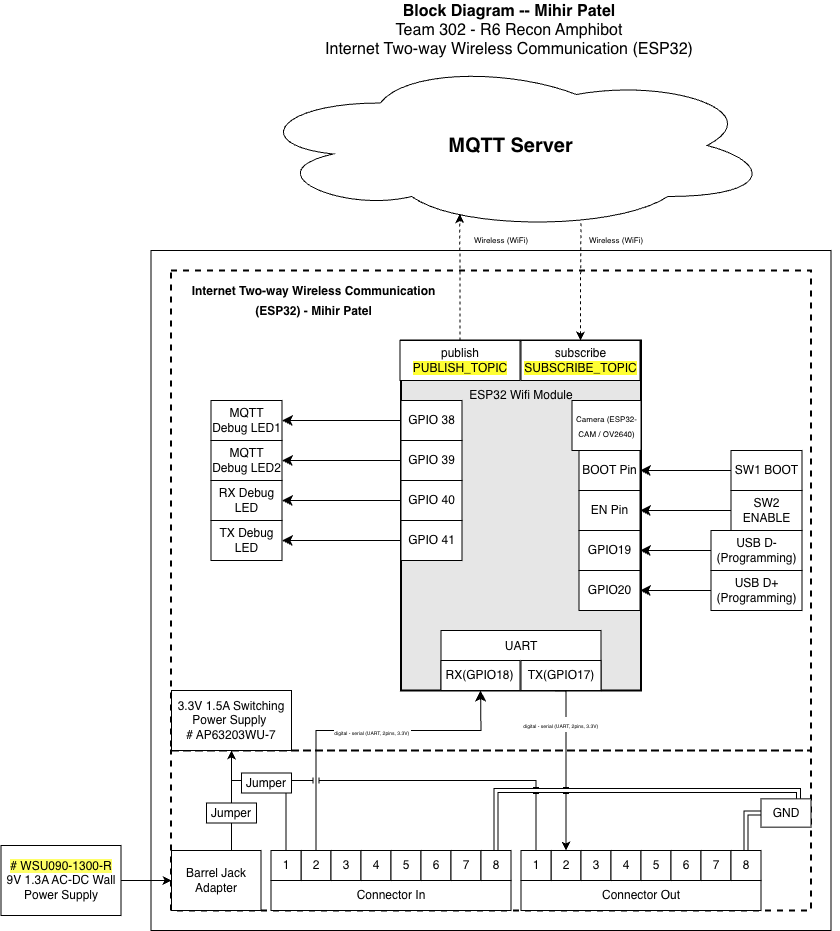
Earlier version of the draw.io export docs/02-Block-Diagram/EGR314_team302_blockdiagram_Mihir.drawio.png (Mihir-Patel-64/Mihir-Patel-64.github.io). Source tidied: cells renumbered, new cells last; positions are measured from the earlier drawing's top-left corner, leaving out a move shared by most shapes.
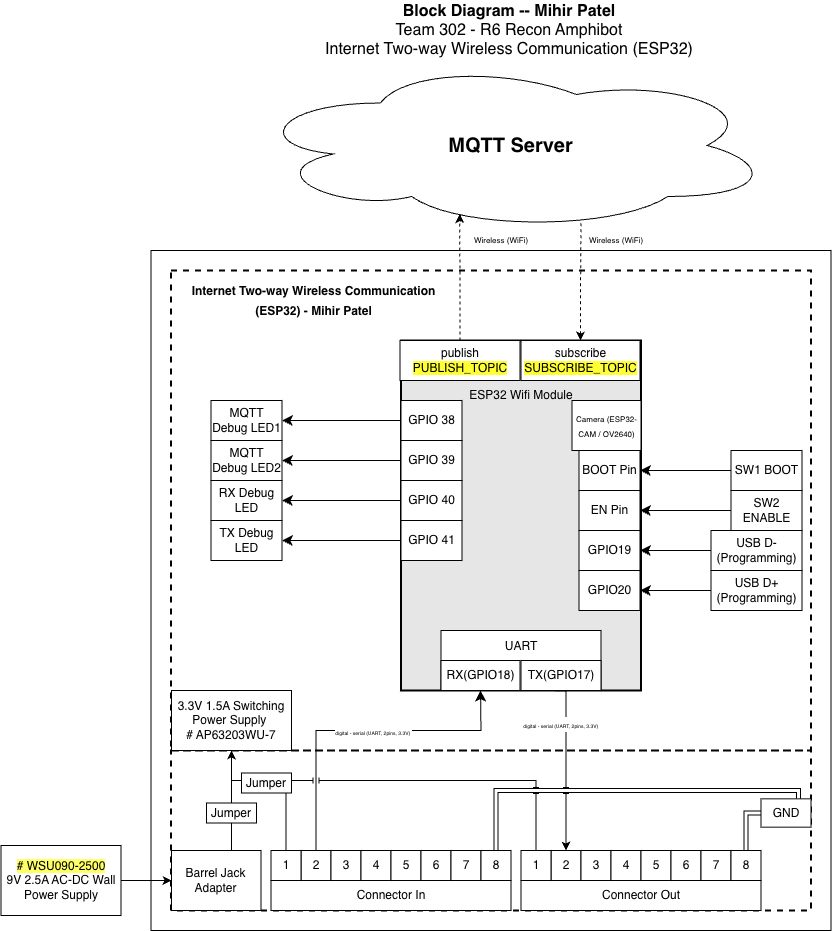
Later version of the same file.

Commit message:
updated power supply

What changed in the source:
```diff
@@ -52,7 +52,7 @@
     <mxCell id="16" value="subscribe&lt;br&gt;&lt;span style=&quot;background-color: light-dark(#ffffff, var(--ge-dark-color, #121212));&quot;&gt;&lt;span style=&quot;background-color: rgb(255, 255, 51);&quot;&gt;SUBSCRIBE_TOPIC&lt;/span&gt;&lt;/span&gt;" style="rounded=0;whiteSpace=wrap;html=1;" parent="1" vertex="1">
       <mxGeometry x="520" y="340" width="119" height="40" as="geometry" />
     </mxCell>
-    <mxCell id="17" value="&lt;span style=&quot;background-color: light-dark(rgb(255, 255, 102), rgb(37, 37, 0)); color: light-dark(rgb(0, 0, 0), rgb(255, 255, 255));&quot;&gt;# WSU090-1300-R&lt;/span&gt;&lt;div&gt;9V 1.3A AC-DC Wall Power Supply&lt;/div&gt;" style="rounded=0;whiteSpace=wrap;html=1;" parent="1" vertex="1">
+    <mxCell id="17" value="&lt;span style=&quot;background-color: light-dark(rgb(255, 255, 102), rgb(37, 37, 0)); color: light-dark(rgb(0, 0, 0), rgb(255, 255, 255));&quot;&gt;# WSU090-2500&lt;/span&gt;&lt;div&gt;9V 2.5A AC-DC Wall Power Supply&lt;/div&gt;" style="rounded=0;whiteSpace=wrap;html=1;" parent="1" vertex="1">
       <mxGeometry y="845" width="120" height="70" as="geometry" />
     </mxCell>
     <mxCell id="18" style="edgeStyle=orthogonalEdgeStyle;rounded=0;jettySize=auto;html=1;entryX=0.5;entryY=1;entryDx=0;entryDy=0;exitX=0.5;exitY=0;exitDx=0;exitDy=0;horizontal=0;" parent="1" edge="1" source="77" target="7">
```
